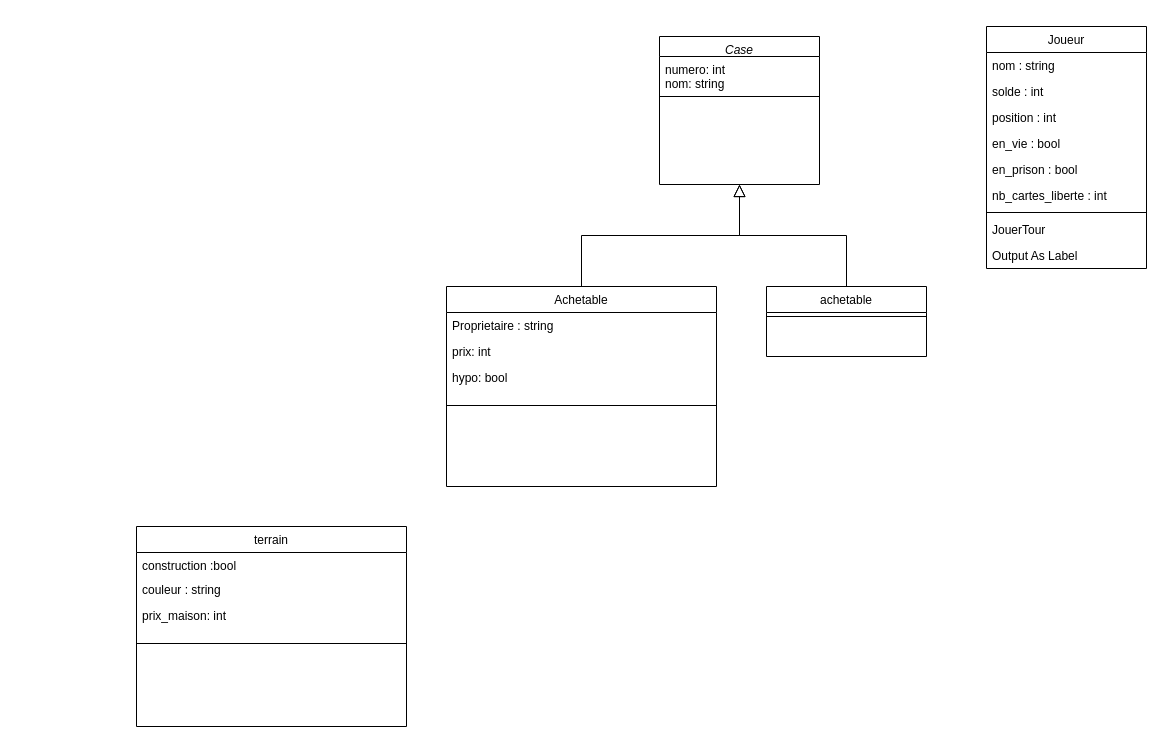
Above: DiagrammeMonopoly.drawio in ECN-SEC-SMP/tp6-note-Kortam_Seye_Small_Soulard (draw.io), before the change. Source tidied: cells renumbered, new cells numbered last; positions are measured from the earlier drawing's top-left corner, leaving out a move shared by most shapes. Both pictures are drawn from the tidied source at 100%, with x=0, y=0 at pixel (136, 26).
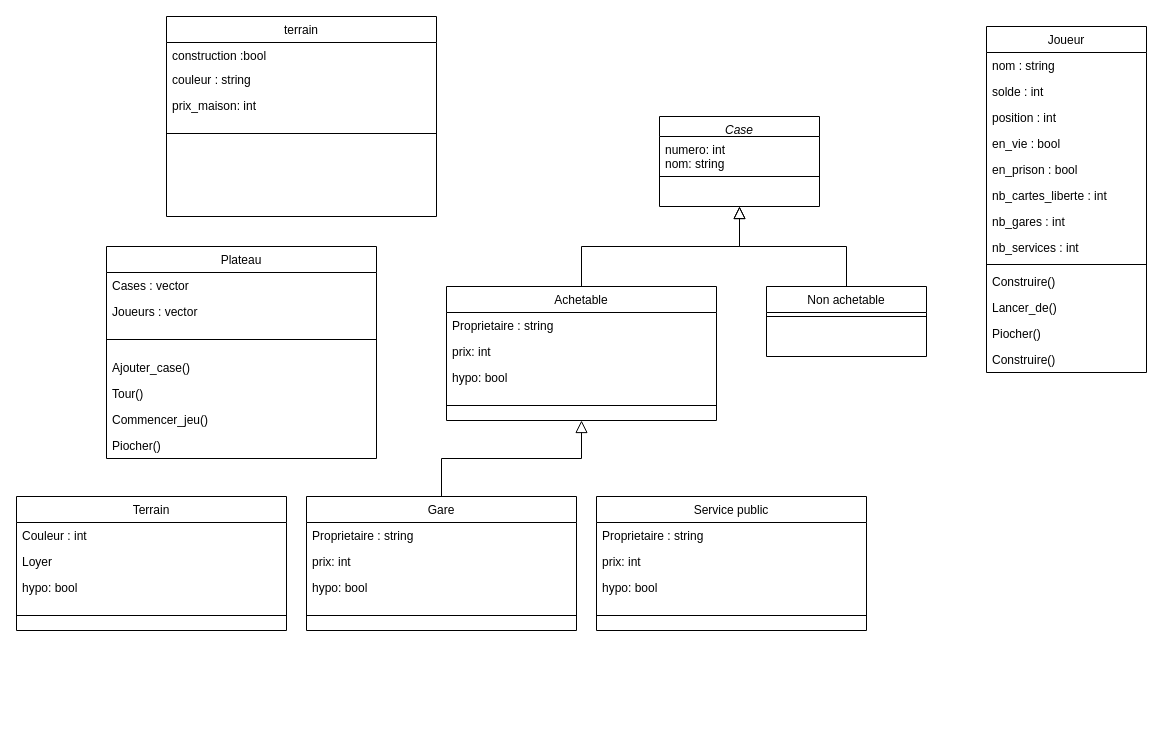
The same page after the edit.

Commit message:
Mettre à jour DiagrammeMonopoly.drawio

Change to the diagram source:
```diff
@@
     <mxCell id="2" value="Case" style="swimlane;fontStyle=2;align=center;verticalAlign=top;horizontal=1;startSize=20;rounded=0;shadow=0;strokeWidth=1;" parent="1" vertex="1">
-      <mxGeometry x="523" y="10" width="160" height="148" as="geometry" />
+      <mxGeometry x="523" y="90" width="160" height="90" as="geometry" />
     </mxCell>
@@
     <mxCell id="5" value="Achetable" style="swimlane;fontStyle=0;align=center;verticalAlign=top;horizontal=1;startSize=26;rounded=0;shadow=0;strokeWidth=1;" parent="1" vertex="1">
-      <mxGeometry x="310" y="260" width="270" height="200" as="geometry" />
+      <mxGeometry x="310" y="260" width="270" height="134" as="geometry" />
     </mxCell>
@@
-    <mxCell id="11" value="achetable" style="swimlane;fontStyle=0;align=center;verticalAlign=top;horizontal=1;startSize=26;rounded=0;shadow=0;strokeWidth=1;" parent="1" vertex="1">
+    <mxCell id="11" value="Non achetable" style="swimlane;fontStyle=0;align=center;verticalAlign=top;horizontal=1;startSize=26;rounded=0;shadow=0;strokeWidth=1;" parent="1" vertex="1">
       <mxGeometry x="630" y="260" width="160" height="70" as="geometry" />
     </mxCell>
@@
     <mxCell id="14" value="Joueur&#10;" style="swimlane;fontStyle=0;align=center;verticalAlign=top;horizontal=1;startSize=26;rounded=0;shadow=0;strokeWidth=1;" parent="1" vertex="1">
-      <mxGeometry x="850" width="160" height="242" as="geometry" />
+      <mxGeometry x="850" width="160" height="346" as="geometry" />
     </mxCell>
@@
+    <mxCell id="29" value="nb_gares : int" style="text;align=left;verticalAlign=top;spacingLeft=4;spacingRight=4;overflow=hidden;rounded=0;shadow=0;html=0;" parent="14" vertex="1">
+      <mxGeometry y="182" width="160" height="26" as="geometry" />
+    </mxCell>
+    <mxCell id="30" value="nb_services : int" style="text;align=left;verticalAlign=top;spacingLeft=4;spacingRight=4;overflow=hidden;rounded=0;shadow=0;html=0;" parent="14" vertex="1">
+      <mxGeometry y="208" width="160" height="26" as="geometry" />
+    </mxCell>
     <mxCell id="21" style="line;html=1;strokeWidth=1;align=left;verticalAlign=middle;spacingTop=-1;spacingLeft=3;spacingRight=3;labelPosition=right;" parent="14" vertex="1">
-      <mxGeometry y="182" width="160" height="8" as="geometry" />
+      <mxGeometry y="234" width="160" height="8" as="geometry" />
     </mxCell>
-    <mxCell id="22" value="JouerTour" style="text;align=left;verticalAlign=top;spacingLeft=4;spacingRight=4;overflow=hidden;" parent="14" vertex="1">
-      <mxGeometry y="190" width="160" height="26" as="geometry" />
-    </mxCell>
-    <mxCell id="23" value="Output As Label" style="text;align=left;verticalAlign=top;spacingLeft=4;spacingRight=4;overflow=hidden;" parent="14" vertex="1">
-      <mxGeometry y="216" width="160" height="26" as="geometry" />
+    <mxCell id="23" value="Construire() &#10;" style="text;align=left;verticalAlign=top;spacingLeft=4;spacingRight=4;overflow=hidden;" parent="14" vertex="1">
+      <mxGeometry y="242" width="160" height="26" as="geometry" />
     </mxCell>
+    <mxCell id="31" value="Lancer_de()" style="text;align=left;verticalAlign=top;spacingLeft=4;spacingRight=4;overflow=hidden;" parent="14" vertex="1">
+      <mxGeometry y="268" width="160" height="26" as="geometry" />
+    </mxCell>
+    <mxCell id="32" value="Piocher() " style="text;align=left;verticalAlign=top;spacingLeft=4;spacingRight=4;overflow=hidden;" parent="14" vertex="1">
+      <mxGeometry y="294" width="160" height="26" as="geometry" />
+    </mxCell>
+    <mxCell id="33" value="Construire() &#10;" style="text;align=left;verticalAlign=top;spacingLeft=4;spacingRight=4;overflow=hidden;" parent="14" vertex="1">
+      <mxGeometry y="320" width="160" height="26" as="geometry" />
+    </mxCell>
     <mxCell id="24" value="terrain" style="swimlane;fontStyle=0;align=center;verticalAlign=top;horizontal=1;startSize=26;rounded=0;shadow=0;strokeWidth=1;" parent="1" vertex="1">
-      <mxGeometry y="500" width="270" height="200" as="geometry" />
+      <mxGeometry x="30" y="-10" width="270" height="200" as="geometry" />
     </mxCell>
@@
+    <mxCell id="34" value="Plateau" style="swimlane;fontStyle=0;align=center;verticalAlign=top;horizontal=1;startSize=26;rounded=0;shadow=0;strokeWidth=1;" parent="1" vertex="1">
+      <mxGeometry x="-30" y="220" width="270" height="212" as="geometry" />
+    </mxCell>
+    <mxCell id="35" value="Cases : vector" style="text;align=left;verticalAlign=top;spacingLeft=4;spacingRight=4;overflow=hidden;" parent="34" vertex="1">
+      <mxGeometry y="26" width="270" height="26" as="geometry" />
+    </mxCell>
+    <mxCell id="36" value="Joueurs : vector" style="text;align=left;verticalAlign=top;spacingLeft=4;spacingRight=4;overflow=hidden;" parent="34" vertex="1">
+      <mxGeometry y="52" width="270" height="26" as="geometry" />
+    </mxCell>
+    <mxCell id="37" style="line;html=1;strokeWidth=1;align=left;verticalAlign=middle;spacingTop=-1;spacingLeft=3;spacingRight=3;labelPosition=right;" parent="34" vertex="1">
+      <mxGeometry y="78" width="270" height="30" as="geometry" />
+    </mxCell>
+    <mxCell id="38" value="Ajouter_case()" style="text;align=left;verticalAlign=top;spacingLeft=4;spacingRight=4;overflow=hidden;" parent="34" vertex="1">
+      <mxGeometry y="108" width="270" height="26" as="geometry" />
+    </mxCell>
+    <mxCell id="39" value="Tour()" style="text;align=left;verticalAlign=top;spacingLeft=4;spacingRight=4;overflow=hidden;" parent="34" vertex="1">
+      <mxGeometry y="134" width="270" height="26" as="geometry" />
+    </mxCell>
+    <mxCell id="40" value="Commencer_jeu()" style="text;align=left;verticalAlign=top;spacingLeft=4;spacingRight=4;overflow=hidden;" parent="34" vertex="1">
+      <mxGeometry y="160" width="270" height="26" as="geometry" />
+    </mxCell>
+    <mxCell id="41" value="Piocher() " style="text;align=left;verticalAlign=top;spacingLeft=4;spacingRight=4;overflow=hidden;" parent="34" vertex="1">
+      <mxGeometry y="186" width="270" height="26" as="geometry" />
+    </mxCell>
+    <mxCell id="42" value="Gare" style="swimlane;fontStyle=0;align=center;verticalAlign=top;horizontal=1;startSize=26;rounded=0;shadow=0;strokeWidth=1;" parent="1" vertex="1">
+      <mxGeometry x="170" y="470" width="270" height="134" as="geometry" />
+    </mxCell>
+    <mxCell id="43" value="Proprietaire : string" style="text;align=left;verticalAlign=top;spacingLeft=4;spacingRight=4;overflow=hidden;" parent="42" vertex="1">
+      <mxGeometry y="26" width="270" height="26" as="geometry" />
+    </mxCell>
+    <mxCell id="44" value="prix: int" style="text;align=left;verticalAlign=top;spacingLeft=4;spacingRight=4;overflow=hidden;rounded=0;shadow=0;html=0;" parent="42" vertex="1">
+      <mxGeometry y="52" width="270" height="26" as="geometry" />
+    </mxCell>
+    <mxCell id="45" value="hypo: bool" style="text;align=left;verticalAlign=top;spacingLeft=4;spacingRight=4;overflow=hidden;rounded=0;shadow=0;html=0;" parent="42" vertex="1">
+      <mxGeometry y="78" width="270" height="26" as="geometry" />
+    </mxCell>
+    <mxCell id="46" style="line;html=1;strokeWidth=1;align=left;verticalAlign=middle;spacingTop=-1;spacingLeft=3;spacingRight=3;labelPosition=right;" parent="42" vertex="1">
+      <mxGeometry y="104" width="270" height="30" as="geometry" />
+    </mxCell>
+    <mxCell id="47" style="endArrow=block;endSize=10;endFill=0;shadow=0;strokeWidth=1;rounded=0;curved=0;edgeStyle=elbowEdgeStyle;elbow=vertical;entryX=0.5;entryY=1;entryDx=0;entryDy=0;exitX=0.5;exitY=0;exitDx=0;exitDy=0;" parent="1" edge="1" source="42" target="5">
+      <mxGeometry relative="1" as="geometry" />
+    </mxCell>
+    <mxCell id="48" value="Service public" style="swimlane;fontStyle=0;align=center;verticalAlign=top;horizontal=1;startSize=26;rounded=0;shadow=0;strokeWidth=1;" parent="1" vertex="1">
+      <mxGeometry x="460" y="470" width="270" height="134" as="geometry" />
+    </mxCell>
+    <mxCell id="49" value="Proprietaire : string" style="text;align=left;verticalAlign=top;spacingLeft=4;spacingRight=4;overflow=hidden;" parent="48" vertex="1">
+      <mxGeometry y="26" width="270" height="26" as="geometry" />
+    </mxCell>
+    <mxCell id="50" value="prix: int" style="text;align=left;verticalAlign=top;spacingLeft=4;spacingRight=4;overflow=hidden;rounded=0;shadow=0;html=0;" parent="48" vertex="1">
+      <mxGeometry y="52" width="270" height="26" as="geometry" />
+    </mxCell>
+    <mxCell id="51" value="hypo: bool" style="text;align=left;verticalAlign=top;spacingLeft=4;spacingRight=4;overflow=hidden;rounded=0;shadow=0;html=0;" parent="48" vertex="1">
+      <mxGeometry y="78" width="270" height="26" as="geometry" />
+    </mxCell>
+    <mxCell id="52" style="line;html=1;strokeWidth=1;align=left;verticalAlign=middle;spacingTop=-1;spacingLeft=3;spacingRight=3;labelPosition=right;" parent="48" vertex="1">
+      <mxGeometry y="104" width="270" height="30" as="geometry" />
+    </mxCell>
+    <mxCell id="53" value="Terrain" style="swimlane;fontStyle=0;align=center;verticalAlign=top;horizontal=1;startSize=26;rounded=0;shadow=0;strokeWidth=1;" parent="1" vertex="1">
+      <mxGeometry x="-120" y="470" width="270" height="134" as="geometry" />
+    </mxCell>
+    <mxCell id="54" value="Couleur : int " style="text;align=left;verticalAlign=top;spacingLeft=4;spacingRight=4;overflow=hidden;" parent="53" vertex="1">
+      <mxGeometry y="26" width="270" height="26" as="geometry" />
+    </mxCell>
+    <mxCell id="55" value="Loyer" style="text;align=left;verticalAlign=top;spacingLeft=4;spacingRight=4;overflow=hidden;rounded=0;shadow=0;html=0;" parent="53" vertex="1">
+      <mxGeometry y="52" width="270" height="26" as="geometry" />
+    </mxCell>
+    <mxCell id="56" value="hypo: bool" style="text;align=left;verticalAlign=top;spacingLeft=4;spacingRight=4;overflow=hidden;rounded=0;shadow=0;html=0;" parent="53" vertex="1">
+      <mxGeometry y="78" width="270" height="26" as="geometry" />
+    </mxCell>
+    <mxCell id="57" style="line;html=1;strokeWidth=1;align=left;verticalAlign=middle;spacingTop=-1;spacingLeft=3;spacingRight=3;labelPosition=right;" parent="53" vertex="1">
+      <mxGeometry y="104" width="270" height="30" as="geometry" />
+    </mxCell>
```
